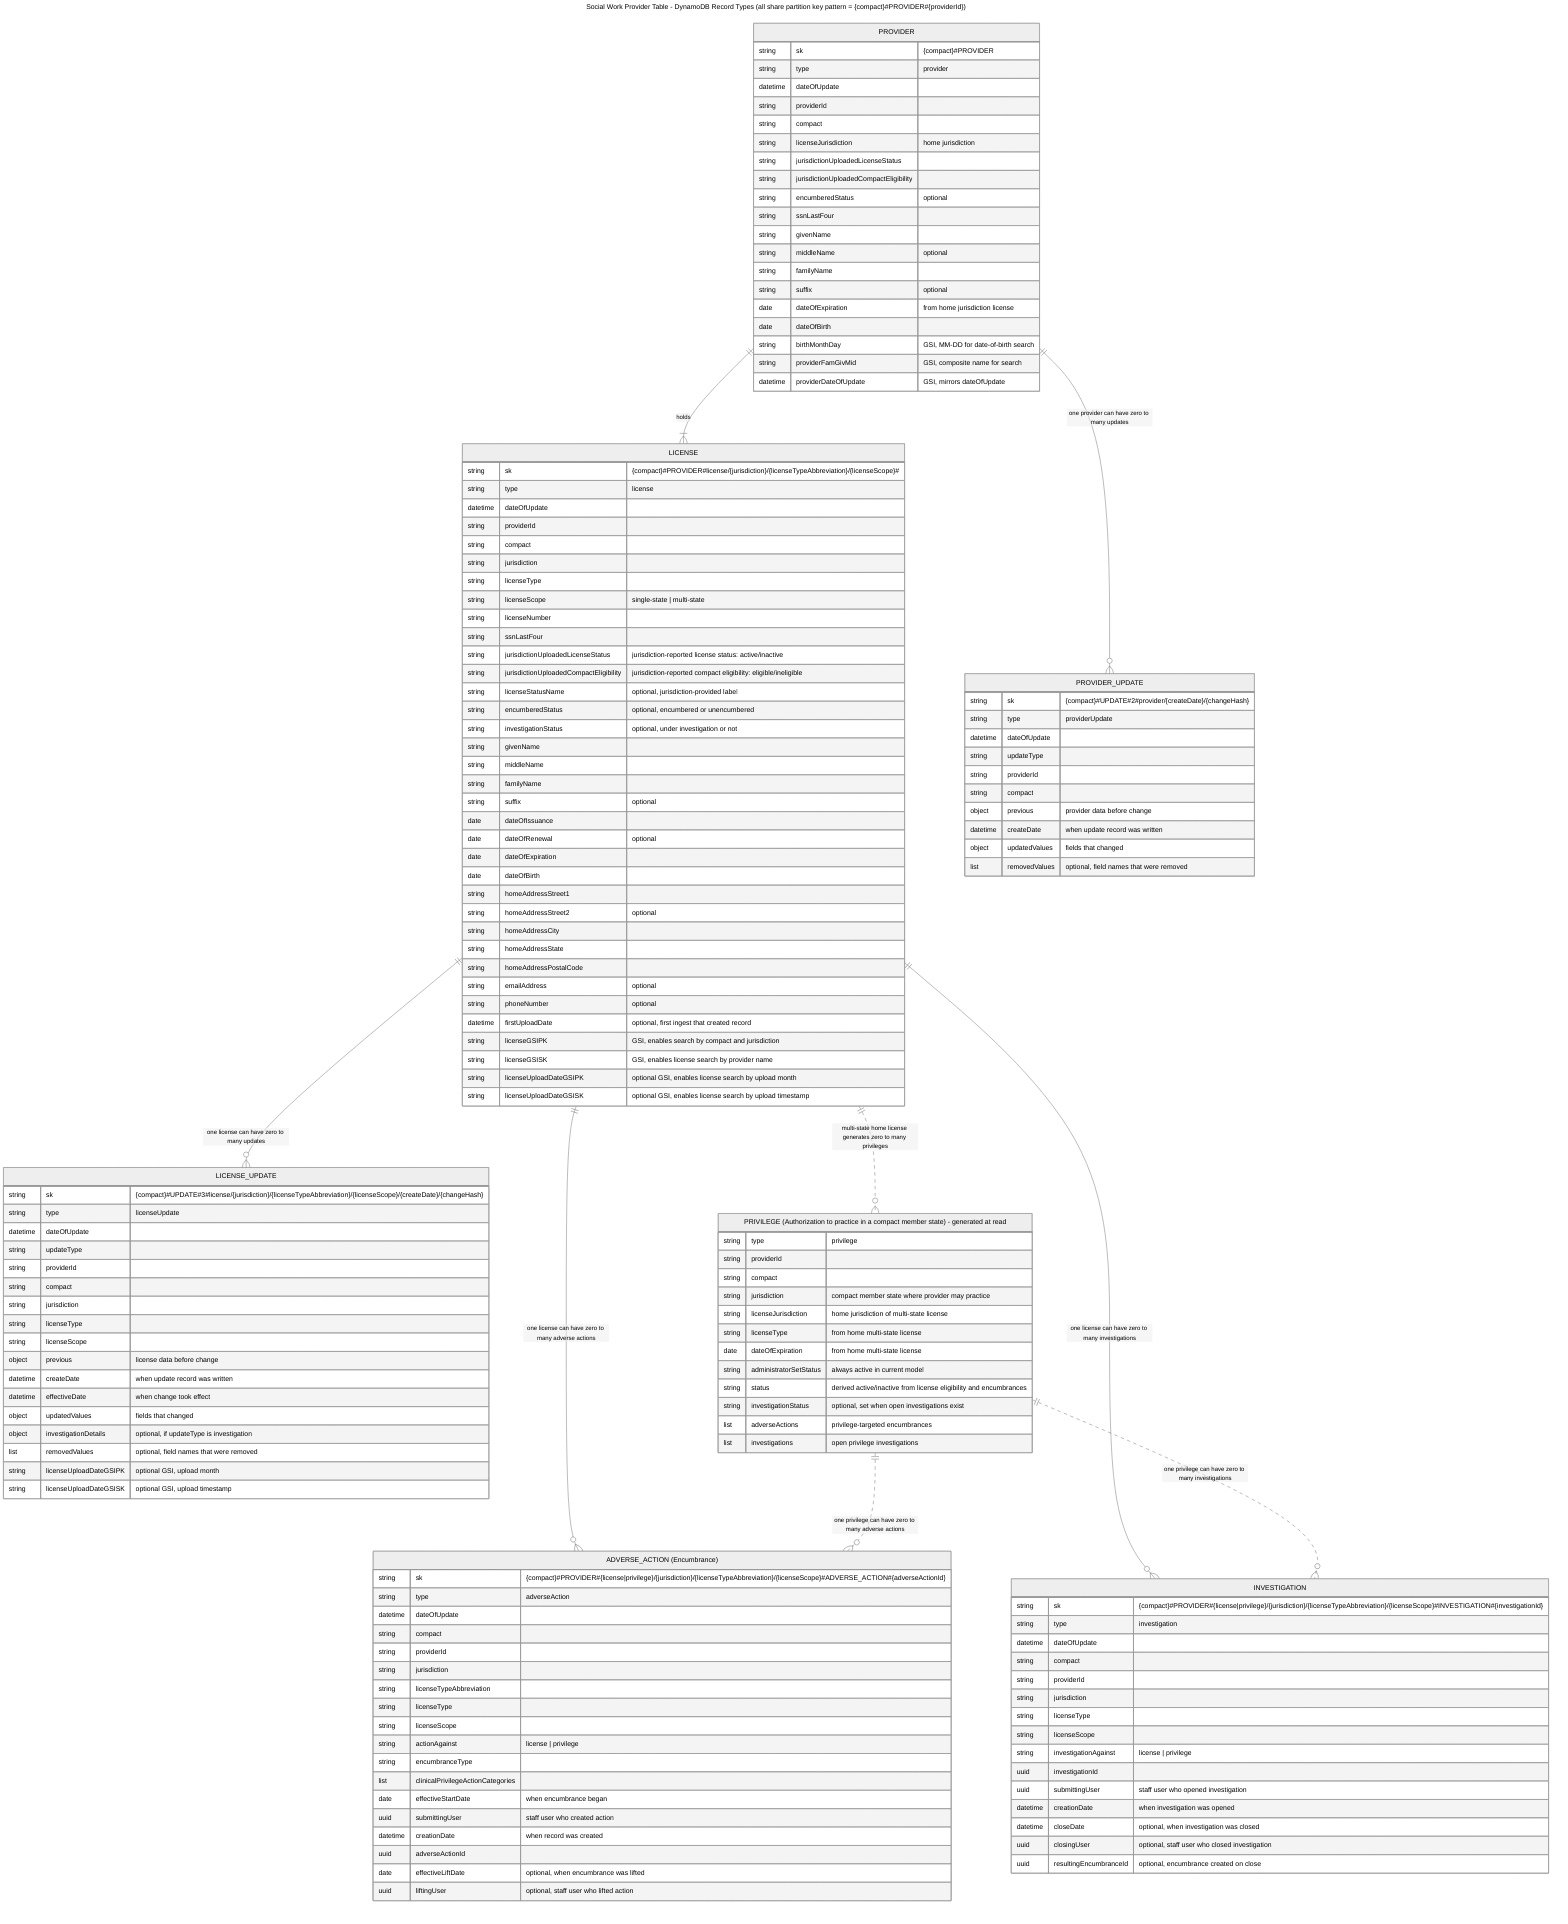
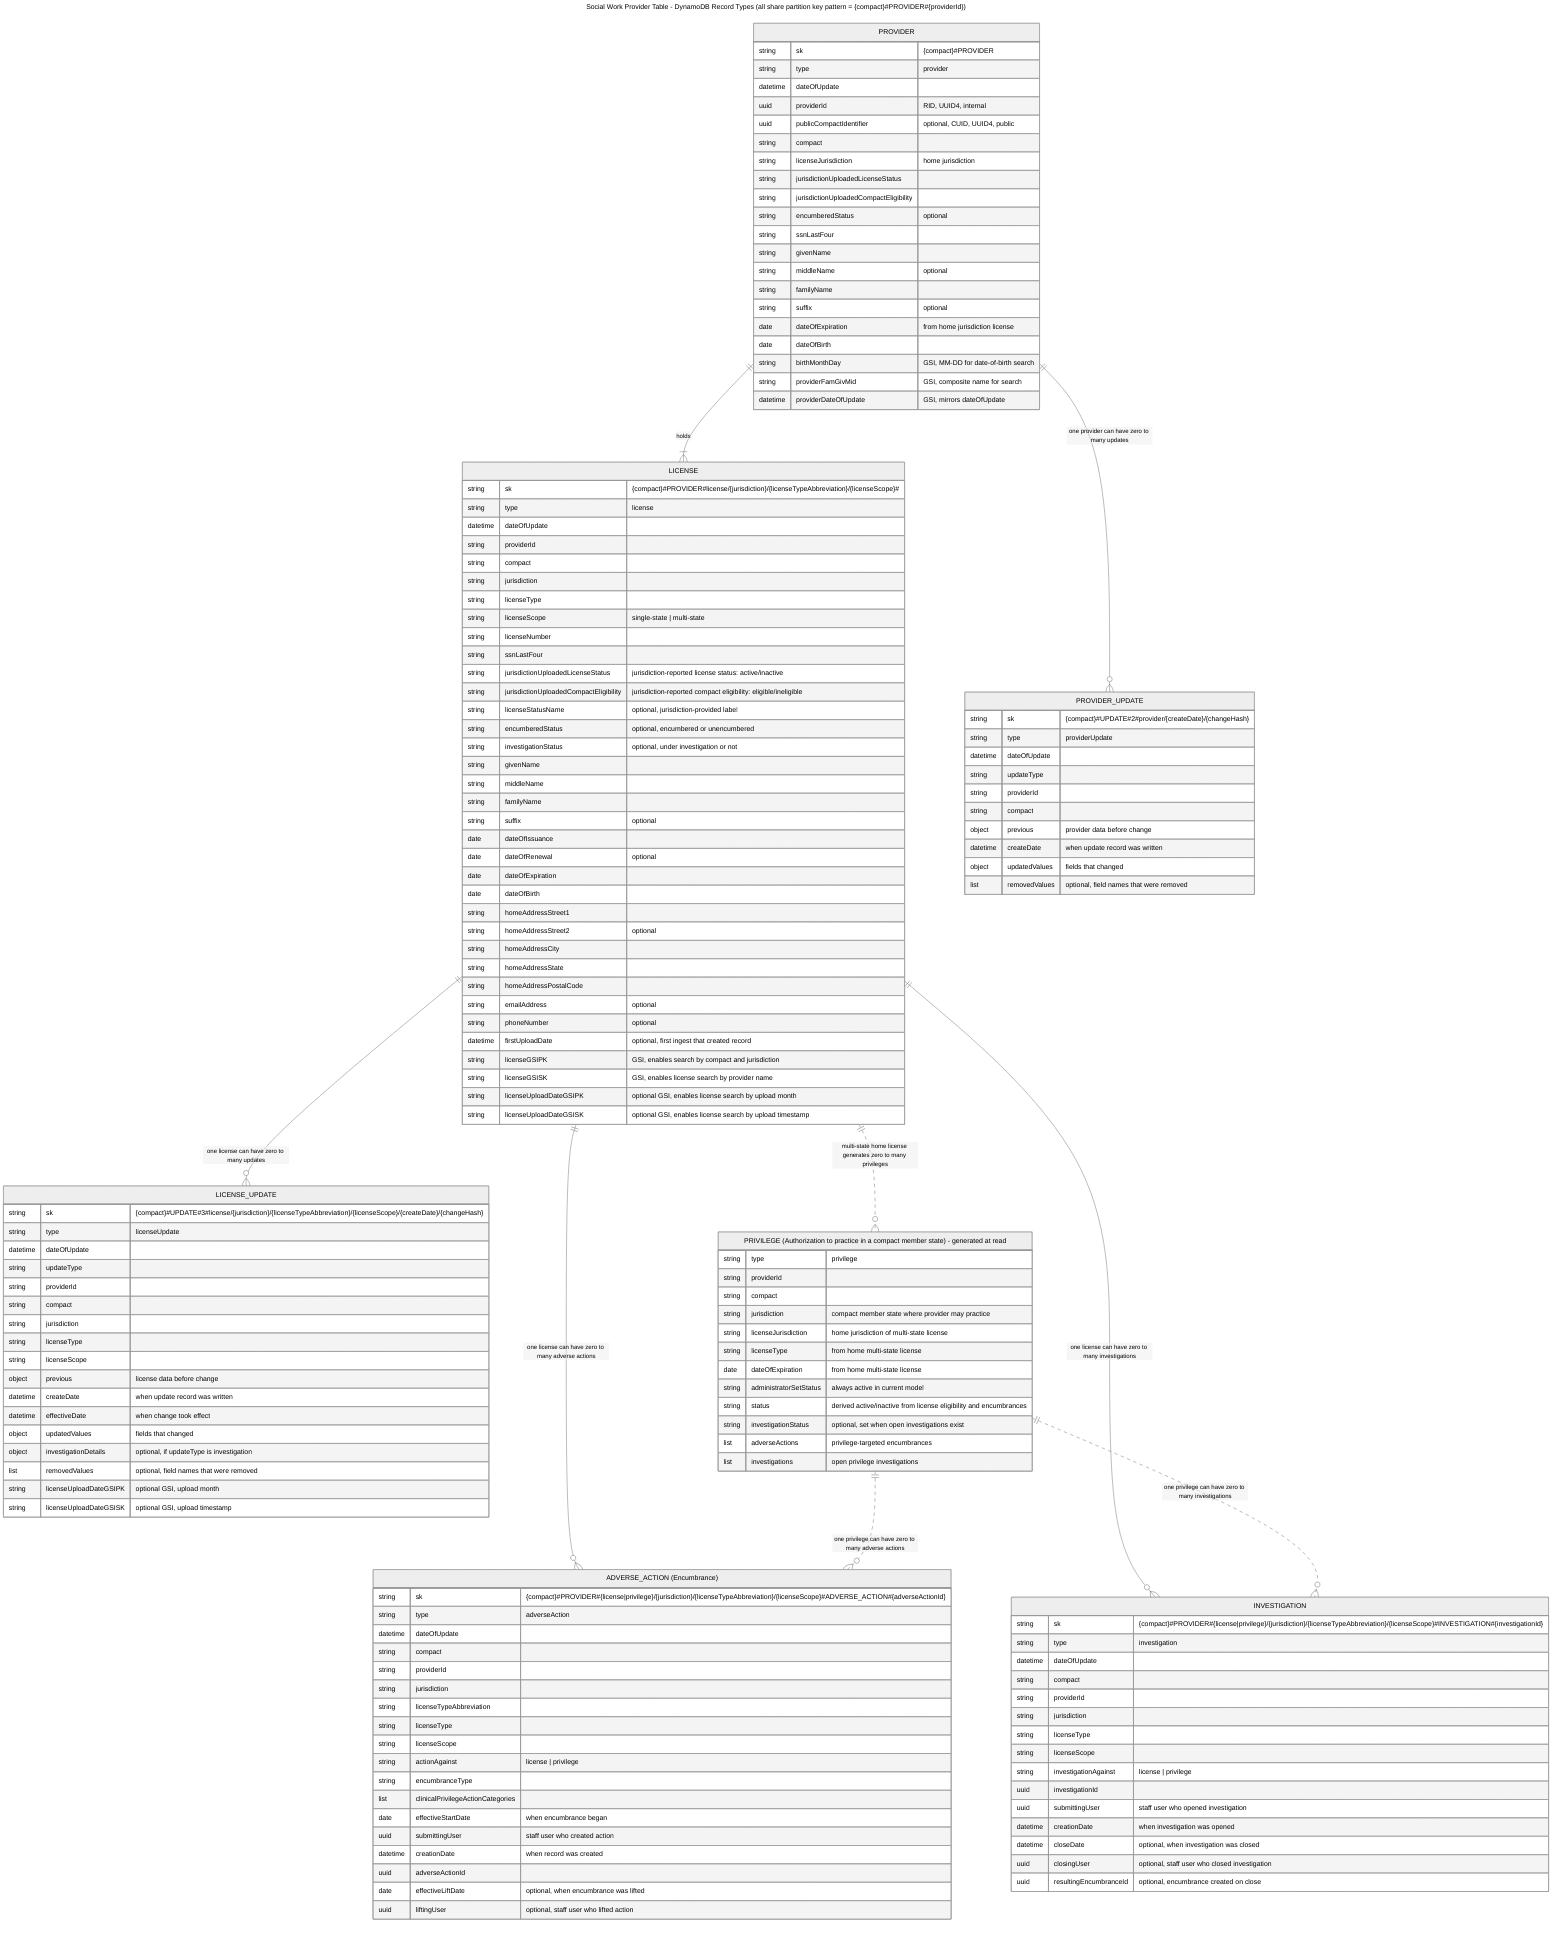
---
title: Social Work Provider Table - DynamoDB Record Types (all share partition key pattern = {compact}#PROVIDER#{providerId})
config:
  theme: neutral
---
erDiagram
    PROVIDER {
        string sk "{compact}#PROVIDER"
        string type "provider"
        datetime dateOfUpdate
-         string providerId
+         uuid providerId "RID, UUID4, internal"
+         uuid publicCompactIdentifier "optional, CUID, UUID4, public"
        string compact
        string licenseJurisdiction "home jurisdiction"
        string jurisdictionUploadedLicenseStatus
        string jurisdictionUploadedCompactEligibility
        string encumberedStatus "optional"
        string ssnLastFour
        string givenName
        string middleName "optional"
        string familyName
        string suffix "optional"
        date dateOfExpiration "from home jurisdiction license"
        date dateOfBirth
        string birthMonthDay "GSI, MM-DD for date-of-birth search"
        string providerFamGivMid "GSI, composite name for search"
        datetime providerDateOfUpdate "GSI, mirrors dateOfUpdate"
    }

    LICENSE {
        string sk "{compact}#PROVIDER#license/{jurisdiction}/{licenseTypeAbbreviation}/{licenseScope}#"
        string type "license"
        datetime dateOfUpdate
        string providerId
        string compact
        string jurisdiction
        string licenseType
        string licenseScope "single-state | multi-state"
        string licenseNumber
        string ssnLastFour
        string jurisdictionUploadedLicenseStatus "jurisdiction-reported license status: active/inactive"
        string jurisdictionUploadedCompactEligibility "jurisdiction-reported compact eligibility: eligible/ineligible"
        string licenseStatusName "optional, jurisdiction-provided label"
        string encumberedStatus "optional, encumbered or unencumbered"
        string investigationStatus "optional, under investigation or not"
        string givenName
        string middleName
        string familyName
        string suffix "optional"
        date dateOfIssuance
        date dateOfRenewal "optional"
        date dateOfExpiration
        date dateOfBirth
        string homeAddressStreet1
        string homeAddressStreet2 "optional"
        string homeAddressCity
        string homeAddressState
        string homeAddressPostalCode
        string emailAddress "optional"
        string phoneNumber "optional"
        datetime firstUploadDate "optional, first ingest that created record"
        string licenseGSIPK "GSI, enables search by compact and jurisdiction"
        string licenseGSISK "GSI, enables license search by provider name"
        string licenseUploadDateGSIPK "optional GSI, enables license search by upload month"
        string licenseUploadDateGSISK "optional GSI, enables license search by upload timestamp"
    }

    LICENSE_UPDATE {
        string sk "{compact}#UPDATE#3#license/{jurisdiction}/{licenseTypeAbbreviation}/{licenseScope}/{createDate}/{changeHash}"
        string type "licenseUpdate"
        datetime dateOfUpdate
        string updateType
        string providerId
        string compact
        string jurisdiction
        string licenseType
        string licenseScope
        object previous "license data before change"
        datetime createDate "when update record was written"
        datetime effectiveDate "when change took effect"
        object updatedValues "fields that changed"
        object investigationDetails "optional, if updateType is investigation"
        list removedValues "optional, field names that were removed"
        string licenseUploadDateGSIPK "optional GSI, upload month"
        string licenseUploadDateGSISK "optional GSI, upload timestamp"
    }

    PROVIDER_UPDATE {
        string sk "{compact}#UPDATE#2#provider/{createDate}/{changeHash}"
        string type "providerUpdate"
        datetime dateOfUpdate
        string updateType
        string providerId
        string compact
        object previous "provider data before change"
        datetime createDate "when update record was written"
        object updatedValues "fields that changed"
        list removedValues "optional, field names that were removed"
    }

    ADVERSE_ACTION["ADVERSE_ACTION (Encumbrance)"] {
        string sk "{compact}#PROVIDER#{license|privilege}/{jurisdiction}/{licenseTypeAbbreviation}/{licenseScope}#ADVERSE_ACTION#{adverseActionId}"
        string type "adverseAction"
        datetime dateOfUpdate
        string compact
        string providerId
        string jurisdiction
        string licenseTypeAbbreviation
        string licenseType
        string licenseScope
        string actionAgainst "license | privilege"
        string encumbranceType
        list clinicalPrivilegeActionCategories
        date effectiveStartDate "when encumbrance began"
        uuid submittingUser "staff user who created action"
        datetime creationDate "when record was created"
        uuid adverseActionId
        date effectiveLiftDate "optional, when encumbrance was lifted"
        uuid liftingUser "optional, staff user who lifted action"
    }

    INVESTIGATION {
        string sk "{compact}#PROVIDER#{license|privilege}/{jurisdiction}/{licenseTypeAbbreviation}/{licenseScope}#INVESTIGATION#{investigationId}"
        string type "investigation"
        datetime dateOfUpdate
        string compact
        string providerId
        string jurisdiction
        string licenseType
        string licenseScope
        string investigationAgainst "license | privilege"
        uuid investigationId
        uuid submittingUser "staff user who opened investigation"
        datetime creationDate "when investigation was opened"
        datetime closeDate "optional, when investigation was closed"
        uuid closingUser "optional, staff user who closed investigation"
        uuid resultingEncumbranceId "optional, encumbrance created on close"
    }

    PRIVILEGE["PRIVILEGE (Authorization to practice in a compact member state) - generated at read"] {
        string type "privilege"
        string providerId
        string compact
        string jurisdiction "compact member state where provider may practice"
        string licenseJurisdiction "home jurisdiction of multi-state license"
        string licenseType "from home multi-state license"
        date dateOfExpiration "from home multi-state license"
        string administratorSetStatus "always active in current model"
        string status "derived active/inactive from license eligibility and encumbrances"
        string investigationStatus "optional, set when open investigations exist"
        list adverseActions "privilege-targeted encumbrances"
        list investigations "open privilege investigations"
    }

    PROVIDER ||--|{ LICENSE : "holds"
    PROVIDER ||--o{ PROVIDER_UPDATE : "one provider can have zero to many updates"
    LICENSE ||--o{ LICENSE_UPDATE : "one license can have zero to many updates"
    LICENSE ||--o{ ADVERSE_ACTION : "one license can have zero to many adverse actions"
    LICENSE ||--o{ INVESTIGATION : "one license can have zero to many investigations"
    LICENSE ||..o{ PRIVILEGE : "multi-state home license generates zero to many privileges"
    PRIVILEGE ||..o{ ADVERSE_ACTION : "one privilege can have zero to many adverse actions"
    PRIVILEGE ||..o{ INVESTIGATION : "one privilege can have zero to many investigations"
